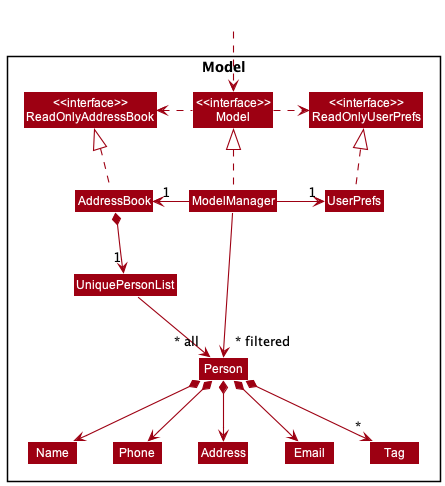
nus-cs2103-AY2223S1/tp keeps this PlantUML diagram as docs/images/ModelClassDiagram.png. Above is the earlier version.
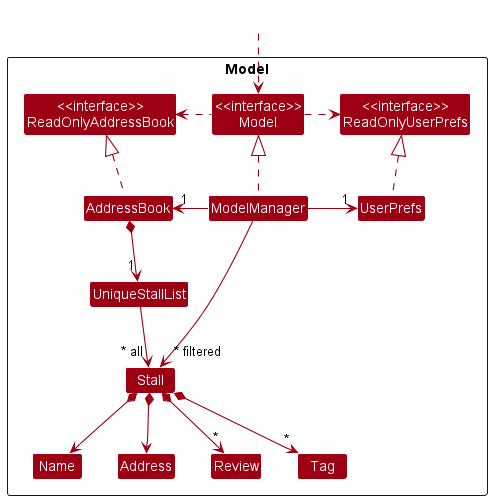
The same file after the commit.

What changed in the source:
```diff
@@ -12,12 +12,11 @@
 Class ModelManager
 Class UserPrefs
 
-Class UniquePersonList
-Class Person
+Class UniqueStallList
+Class Name
+Class Stall
 Class Address
-Class Email
-Class Name
-Class Phone
+class Review
 Class Tag
 
 }
@@ -34,17 +33,12 @@
 ModelManager -right-> "1" UserPrefs
 UserPrefs .up.|> ReadOnlyUserPrefs
 
-AddressBook *--> "1" UniquePersonList
-UniquePersonList --> "~* all" Person
-Person *--> Name
-Person *--> Phone
-Person *--> Email
-Person *--> Address
-Person *--> "*" Tag
+AddressBook *--> "1" UniqueStallList
+UniqueStallList --> "~* all" Stall
+Stall *--> Name
+Stall *--> Address
+Stall *--> "*" Review
+Stall *--> "*" Tag
 
-Name -[hidden]right-> Phone
-Phone -[hidden]right-> Address
-Address -[hidden]right-> Email
-
-ModelManager -->"~* filtered" Person
+ModelManager -->"~* filtered" Stall
 @enduml
```
